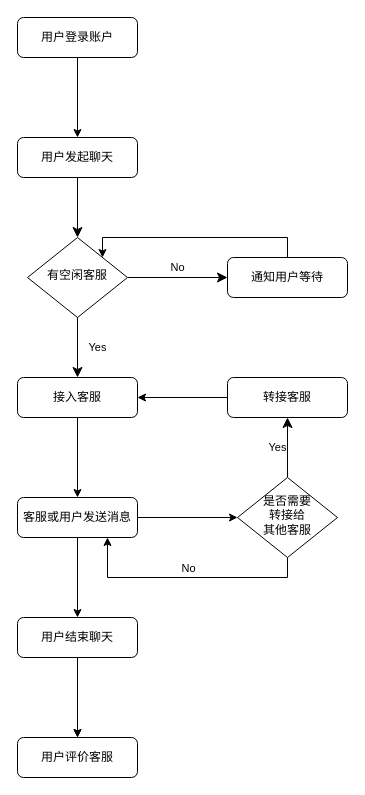
aragorn-yang/Java-project-in-action-camp-homework keeps this draw.io diagram as Section 01/Java项目实战营.作业.01.drawio. Above is the earlier version. Source tidied: cells renumbered, new cells numbered last; positions are measured from the earlier drawing's top-left corner, leaving out a move shared by most shapes. Both pictures are drawn from the tidied source at 100%, with x=0, y=0 at pixel (17, 17).
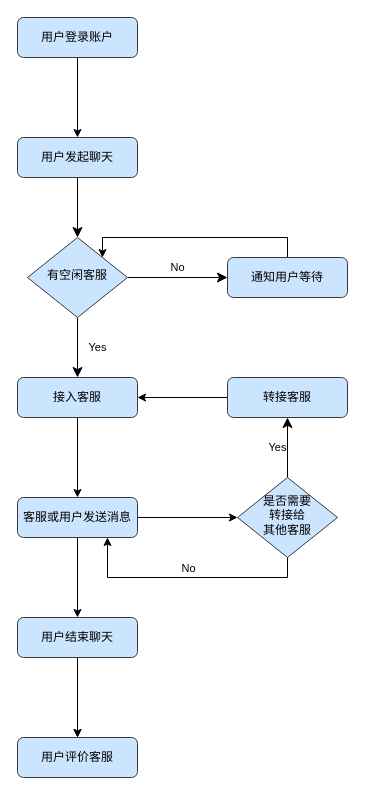
After the change.

Diff of the diagram source:
```diff
@@
-    <mxCell id="3" value="用户发起聊天" style="rounded=1;whiteSpace=wrap;html=1;fontSize=12;glass=0;strokeWidth=1;shadow=0;" parent="1" vertex="1">
+    <mxCell id="3" value="用户发起聊天" style="rounded=1;whiteSpace=wrap;html=1;fontSize=12;glass=0;strokeWidth=1;shadow=0;fillColor=#cce5ff;strokeColor=#36393d;" parent="1" vertex="1">
       <mxGeometry y="120" width="120" height="40" as="geometry" />
     </mxCell>
@@
-    <mxCell id="6" value="有空闲客服" style="rhombus;whiteSpace=wrap;html=1;shadow=0;fontFamily=Helvetica;fontSize=12;align=center;strokeWidth=1;spacing=6;spacingTop=-4;" parent="1" vertex="1">
+    <mxCell id="6" value="有空闲客服" style="rhombus;whiteSpace=wrap;html=1;shadow=0;fontFamily=Helvetica;fontSize=12;align=center;strokeWidth=1;spacing=6;spacingTop=-4;fillColor=#cce5ff;strokeColor=#36393d;" parent="1" vertex="1">
       <mxGeometry x="10" y="220" width="100" height="80" as="geometry" />
     </mxCell>
@@
-    <mxCell id="8" value="通知用户等待" style="rounded=1;whiteSpace=wrap;html=1;fontSize=12;glass=0;strokeWidth=1;shadow=0;" parent="1" vertex="1">
+    <mxCell id="8" value="通知用户等待" style="rounded=1;whiteSpace=wrap;html=1;fontSize=12;glass=0;strokeWidth=1;shadow=0;fillColor=#cce5ff;strokeColor=#36393d;" parent="1" vertex="1">
       <mxGeometry x="210" y="240" width="120" height="40" as="geometry" />
     </mxCell>
@@
-    <mxCell id="12" value="是否需要&lt;br&gt;转接给&lt;br&gt;其他客服" style="rhombus;whiteSpace=wrap;html=1;shadow=0;fontFamily=Helvetica;fontSize=12;align=center;strokeWidth=1;spacing=6;spacingTop=-4;" parent="1" vertex="1">
+    <mxCell id="12" value="是否需要&lt;br&gt;转接给&lt;br&gt;其他客服" style="rhombus;whiteSpace=wrap;html=1;shadow=0;fontFamily=Helvetica;fontSize=12;align=center;strokeWidth=1;spacing=6;spacingTop=-4;fillColor=#cce5ff;strokeColor=#36393d;" parent="1" vertex="1">
       <mxGeometry x="220" y="460" width="100" height="80" as="geometry" />
     </mxCell>
@@
-    <mxCell id="15" value="用户结束聊天" style="rounded=1;whiteSpace=wrap;html=1;fontSize=12;glass=0;strokeWidth=1;shadow=0;" parent="1" vertex="1">
+    <mxCell id="15" value="用户结束聊天" style="rounded=1;whiteSpace=wrap;html=1;fontSize=12;glass=0;strokeWidth=1;shadow=0;fillColor=#cce5ff;strokeColor=#36393d;" parent="1" vertex="1">
       <mxGeometry y="600" width="120" height="40" as="geometry" />
     </mxCell>
@@
-    <mxCell id="17" value="转接客服" style="rounded=1;whiteSpace=wrap;html=1;fontSize=12;glass=0;strokeWidth=1;shadow=0;" parent="1" vertex="1">
+    <mxCell id="17" value="转接客服" style="rounded=1;whiteSpace=wrap;html=1;fontSize=12;glass=0;strokeWidth=1;shadow=0;fillColor=#cce5ff;strokeColor=#36393d;" parent="1" vertex="1">
       <mxGeometry x="210" y="360" width="120" height="40" as="geometry" />
     </mxCell>
@@
-    <mxCell id="19" value="接入客服" style="rounded=1;whiteSpace=wrap;html=1;fontSize=12;glass=0;strokeWidth=1;shadow=0;" parent="1" vertex="1">
+    <mxCell id="19" value="接入客服" style="rounded=1;whiteSpace=wrap;html=1;fontSize=12;glass=0;strokeWidth=1;shadow=0;fillColor=#cce5ff;strokeColor=#36393d;" parent="1" vertex="1">
       <mxGeometry y="360" width="120" height="40" as="geometry" />
     </mxCell>
@@
-    <mxCell id="22" value="客服或用户发送消息" style="whiteSpace=wrap;html=1;rounded=1;glass=0;strokeWidth=1;shadow=0;" parent="1" vertex="1">
+    <mxCell id="22" value="客服或用户发送消息" style="whiteSpace=wrap;html=1;rounded=1;glass=0;strokeWidth=1;shadow=0;fillColor=#cce5ff;strokeColor=#36393d;" parent="1" vertex="1">
       <mxGeometry y="480" width="120" height="40" as="geometry" />
     </mxCell>
-    <mxCell id="23" value="用户评价客服" style="whiteSpace=wrap;html=1;rounded=1;glass=0;strokeWidth=1;shadow=0;" parent="1" vertex="1">
+    <mxCell id="23" value="用户评价客服" style="whiteSpace=wrap;html=1;rounded=1;glass=0;strokeWidth=1;shadow=0;fillColor=#cce5ff;strokeColor=#36393d;" parent="1" vertex="1">
       <mxGeometry y="720" width="120" height="40" as="geometry" />
     </mxCell>
@@
-    <mxCell id="25" value="用户登录账户" style="whiteSpace=wrap;html=1;rounded=1;glass=0;strokeWidth=1;shadow=0;" parent="1" vertex="1">
+    <mxCell id="25" value="用户登录账户" style="whiteSpace=wrap;html=1;rounded=1;glass=0;strokeWidth=1;shadow=0;fillColor=#cce5ff;strokeColor=#36393d;" parent="1" vertex="1">
       <mxGeometry width="120" height="40" as="geometry" />
     </mxCell>
```
